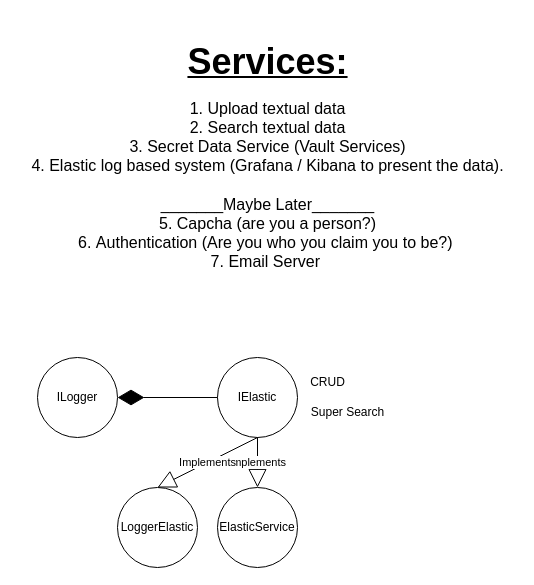
amitwev/DataTube keeps this draw.io diagram as page "Services list" (3 of 4) of Diagrams.drawio. Above is the earlier version. Source tidied: cells renumbered, new cells numbered last; positions are measured from the earlier drawing's top-left corner, leaving out a move shared by most shapes. Both pictures are drawn from the tidied source at 100%, with x=0, y=0 at pixel (17, 17).
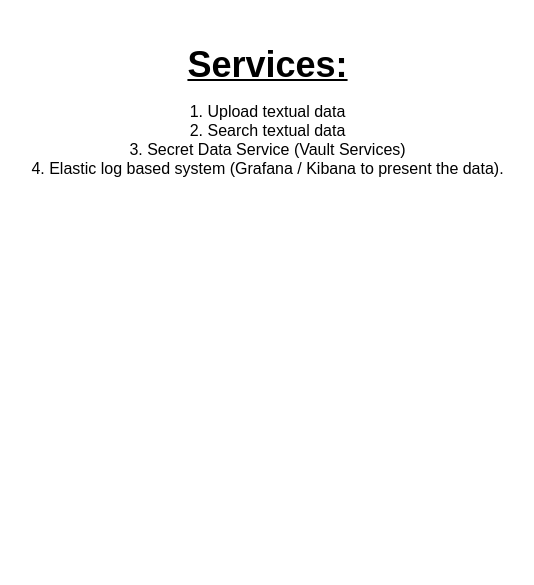
The same page after the edit.

Diff of the diagram source:
```diff
@@
 <mxGraphModel>
   <root>
     <mxCell id="0" />
     <mxCell id="1" parent="0" />
-    <mxCell id="2" value="&lt;h1&gt;&lt;b&gt;&lt;u&gt;&lt;font style=&quot;font-size: 36px;&quot;&gt;Services:&lt;/font&gt;&lt;/u&gt;&lt;/b&gt;&lt;/h1&gt;&lt;font style=&quot;&quot; size=&quot;3&quot;&gt;1. Upload textual data&lt;br&gt;2. Search textual data&lt;br&gt;3. Secret Data Service (Vault Services)&lt;/font&gt;&lt;font style=&quot;&quot; size=&quot;3&quot;&gt;&lt;br&gt;4. Elastic log based system (Grafana / Kibana to present the data).&lt;br&gt;&lt;/font&gt;&lt;font size=&quot;3&quot;&gt;&lt;br&gt;_______Maybe Later&lt;/font&gt;&lt;span style=&quot;font-size: medium;&quot;&gt;_______&lt;/span&gt;&lt;font size=&quot;3&quot;&gt;&lt;br&gt;5. Capcha (are you a person?)&lt;br&gt;6.&amp;nbsp;&lt;/font&gt;&lt;span style=&quot;font-size: medium;&quot;&gt;Authentication (Are you who you claim you to be?)&amp;nbsp;&lt;br&gt;&lt;/span&gt;&lt;font style=&quot;&quot; size=&quot;3&quot;&gt;7. Email Server&amp;nbsp;&lt;br&gt;&lt;/font&gt;" style="text;html=1;align=center;verticalAlign=middle;strokeColor=none;fillColor=none;" parent="1" vertex="1">
-      <mxGeometry width="500" height="260" as="geometry" />
+    <mxCell id="2" value="&lt;h1&gt;&lt;b&gt;&lt;u&gt;&lt;font style=&quot;font-size: 36px;&quot;&gt;Services:&lt;/font&gt;&lt;/u&gt;&lt;/b&gt;&lt;/h1&gt;&lt;font style=&quot;&quot; size=&quot;3&quot;&gt;1. Upload textual data&lt;br&gt;2. Search textual data&lt;br&gt;3. Secret Data Service (Vault Services)&lt;/font&gt;&lt;font style=&quot;&quot; size=&quot;3&quot;&gt;&lt;br&gt;4. Elastic log based system (Grafana / Kibana to present the data).&lt;/font&gt;&lt;font style=&quot;&quot; size=&quot;3&quot;&gt;&lt;br&gt;&lt;/font&gt;" style="text;html=1;align=center;verticalAlign=middle;strokeColor=none;fillColor=none;" parent="1" vertex="1">
+      <mxGeometry width="500" height="170" as="geometry" />
     </mxCell>
-    <mxCell id="3" value="IElastic" style="ellipse;whiteSpace=wrap;html=1;" parent="1" vertex="1">
-      <mxGeometry x="200" y="340" width="80" height="80" as="geometry" />
-    </mxCell>
-    <mxCell id="4" value="CRUD" style="text;html=1;align=center;verticalAlign=middle;strokeColor=none;fillColor=none;" parent="1" vertex="1">
-      <mxGeometry x="280" y="350" width="60" height="30" as="geometry" />
-    </mxCell>
-    <mxCell id="5" value="Super Search" style="text;html=1;align=center;verticalAlign=middle;strokeColor=none;fillColor=none;" parent="1" vertex="1">
-      <mxGeometry x="280" y="380" width="100" height="30" as="geometry" />
-    </mxCell>
-    <mxCell id="6" value="Implements" style="endArrow=block;endSize=16;endFill=0;html=1;rounded=0;exitX=0.5;exitY=1;exitDx=0;exitDy=0;entryX=0.5;entryY=0;entryDx=0;entryDy=0;" parent="1" edge="1" source="3" target="8">
-      <mxGeometry relative="1" as="geometry" />
-    </mxCell>
-    <mxCell id="7" value="ILogger" style="ellipse;whiteSpace=wrap;html=1;" parent="1" vertex="1">
-      <mxGeometry x="20" y="340" width="80" height="80" as="geometry" />
-    </mxCell>
-    <mxCell id="8" value="ElasticService" style="ellipse;whiteSpace=wrap;html=1;" parent="1" vertex="1">
-      <mxGeometry x="200" y="470" width="80" height="80" as="geometry" />
-    </mxCell>
-    <mxCell id="9" value="LoggerElastic" style="ellipse;whiteSpace=wrap;html=1;" parent="1" vertex="1">
-      <mxGeometry x="100" y="470" width="80" height="80" as="geometry" />
-    </mxCell>
-    <mxCell id="10" value="Implements" style="endArrow=block;endSize=16;endFill=0;html=1;rounded=0;exitX=0.5;exitY=1;exitDx=0;exitDy=0;entryX=0.5;entryY=0;entryDx=0;entryDy=0;" parent="1" edge="1" source="3" target="9">
-      <mxGeometry relative="1" as="geometry" />
-    </mxCell>
-    <mxCell id="11" style="endArrow=diamondThin;endFill=1;endSize=24;html=1;rounded=0;entryX=1;entryY=0.5;entryDx=0;entryDy=0;exitX=0;exitY=0.5;exitDx=0;exitDy=0;" parent="1" edge="1" source="3" target="7">
-      <mxGeometry relative="1" as="geometry" />
-    </mxCell>
   </root>
 </mxGraphModel>
```
